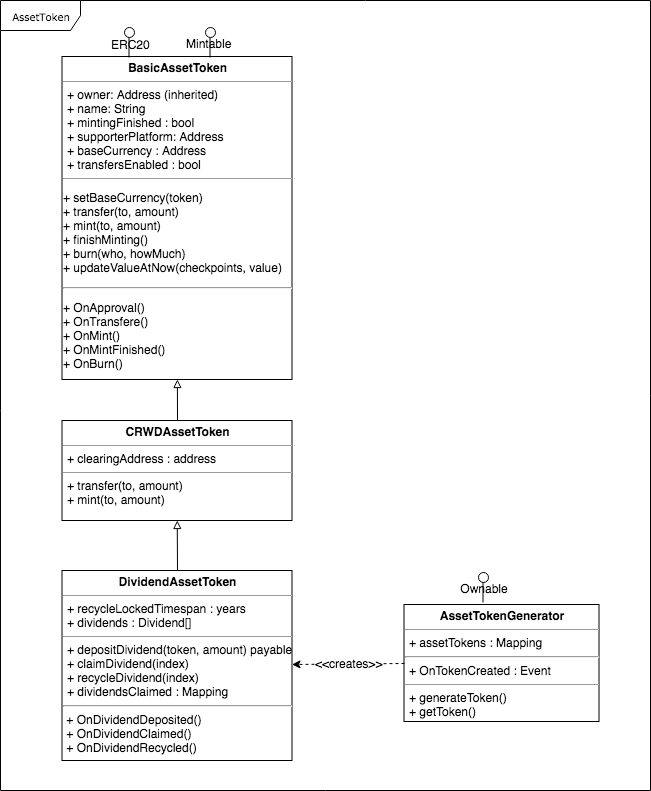
Above: diagrams/AssetToken.png in conda-ag/conda-assettoken (draw.io), before the change. Source tidied: cells renumbered, new cells last; positions are measured from the earlier drawing's top-left corner, leaving out a move shared by most shapes.
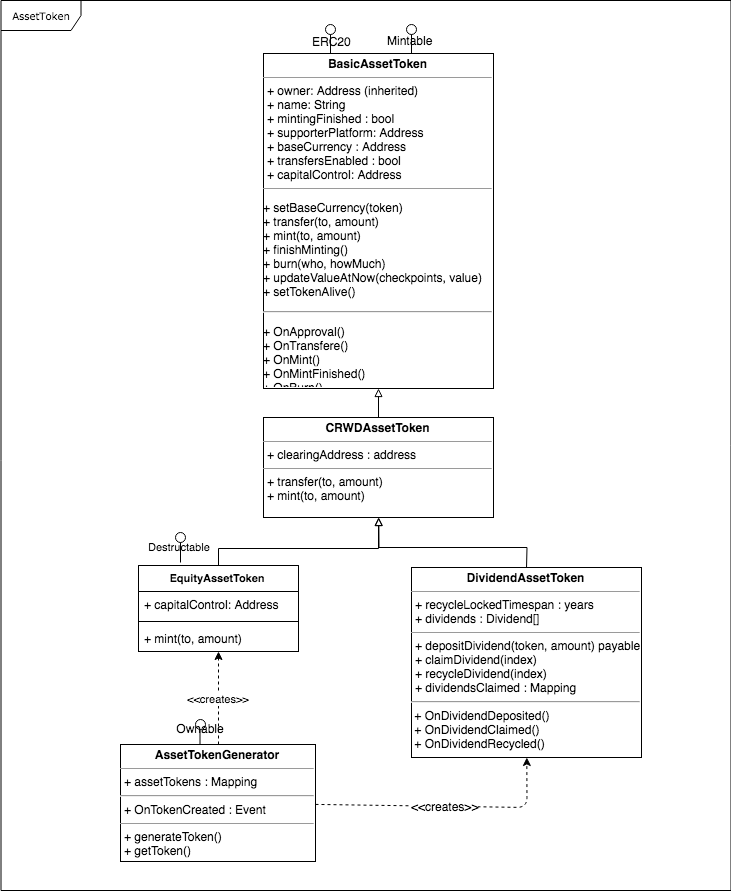
The same diagram one commit later.

Diff of the diagram source:
```diff
@@ -3,40 +3,31 @@
     <mxCell id="0" />
     <mxCell id="1" parent="0" />
     <mxCell id="2" value="AssetToken" style="shape=umlFrame;whiteSpace=wrap;html=1;rounded=0;shadow=0;comic=0;labelBackgroundColor=none;strokeColor=#000000;strokeWidth=1;fillColor=#ffffff;fontFamily=Verdana;fontSize=10;fontColor=#000000;align=center;width=80;height=30;" parent="1" vertex="1">
-      <mxGeometry width="650" height="790" as="geometry" />
+      <mxGeometry x="-201" y="3" width="730" height="890" as="geometry" />
     </mxCell>
-    <mxCell id="3" value="&lt;p style=&quot;margin: 0px ; margin-top: 4px ; text-align: center&quot;&gt;&lt;b&gt;AssetTokenGenerator&lt;/b&gt;&lt;/p&gt;&lt;hr size=&quot;1&quot;&gt;&lt;p style=&quot;margin: 0px ; margin-left: 4px&quot;&gt;+ assetTokens : Mapping&lt;/p&gt;&lt;hr&gt;&lt;p style=&quot;margin: 0px ; margin-left: 4px&quot;&gt;+ OnTokenCreated : Event&lt;/p&gt;&lt;hr size=&quot;1&quot;&gt;&lt;p style=&quot;margin: 0px ; margin-left: 4px&quot;&gt;+&amp;nbsp;&lt;span&gt;generateToken()&lt;/span&gt;&lt;/p&gt;&lt;p style=&quot;margin: 0px ; margin-left: 4px&quot;&gt;&lt;span&gt;+ getToken()&lt;/span&gt;&lt;/p&gt;" style="verticalAlign=top;align=left;overflow=fill;fontSize=12;fontFamily=Helvetica;html=1;rounded=0;shadow=0;comic=0;labelBackgroundColor=none;strokeColor=#000000;strokeWidth=1;fillColor=#ffffff;" parent="1" vertex="1">
-      <mxGeometry x="403.5" y="604" width="195" height="117" as="geometry" />
-    </mxCell>
-    <mxCell id="4" value="&lt;p style=&quot;margin: 0px ; margin-top: 4px ; text-align: center&quot;&gt;&lt;b&gt;BasicAssetToken&lt;/b&gt;&lt;/p&gt;&lt;hr size=&quot;1&quot;&gt;&lt;p style=&quot;margin: 0px ; margin-left: 4px&quot;&gt;+ owner: Address (inherited)&lt;br&gt;&lt;/p&gt;&lt;p style=&quot;margin: 0px ; margin-left: 4px&quot;&gt;+&amp;nbsp;&lt;span&gt;name: String&lt;/span&gt;&lt;/p&gt;&lt;p style=&quot;margin: 0px ; margin-left: 4px&quot;&gt;&lt;span&gt;+&amp;nbsp;&lt;/span&gt;&lt;span&gt;mintingFinished : bool&lt;/span&gt;&lt;/p&gt;&lt;p style=&quot;margin: 0px ; margin-left: 4px&quot;&gt;&lt;span&gt;+&amp;nbsp;&lt;/span&gt;&lt;span&gt;supporterPlatform: Address&lt;/span&gt;&lt;/p&gt;&lt;p style=&quot;margin: 0px ; margin-left: 4px&quot;&gt;&lt;span&gt;+&amp;nbsp;&lt;/span&gt;&lt;span&gt;baseCurrency : Address&lt;/span&gt;&lt;/p&gt;&lt;p style=&quot;margin: 0px ; margin-left: 4px&quot;&gt;&lt;span&gt;+&amp;nbsp;&lt;/span&gt;&lt;span&gt;transfersEnabled : bool&lt;/span&gt;&lt;/p&gt;&lt;hr size=&quot;1&quot;&gt;&lt;p&gt;+&amp;nbsp;&lt;span&gt;setBaseCurrency(token)&lt;br&gt;+ transfer(to, amount)&lt;br&gt;+ mint(to, amount)&lt;br&gt;+&amp;nbsp;&lt;/span&gt;&lt;span&gt;finishMinting()&lt;br&gt;+ burn(who, howMuch)&lt;br&gt;+&amp;nbsp;&lt;/span&gt;&lt;span&gt;updateValueAtNow&lt;/span&gt;&lt;span&gt;(&lt;/span&gt;&lt;span&gt;checkpoints, v&lt;/span&gt;&lt;span&gt;alue)&lt;/span&gt;&lt;/p&gt;&lt;hr&gt;&lt;p&gt;&lt;span&gt;+ On&lt;/span&gt;&lt;span&gt;Approval&lt;/span&gt;&lt;span&gt;()&lt;br&gt;&lt;/span&gt;&lt;span&gt;+ OnTransfere&lt;/span&gt;&lt;span&gt;()&lt;br&gt;&lt;/span&gt;&lt;span&gt;+ OnMint()&lt;br&gt;&lt;/span&gt;&lt;span&gt;+ OnMintFinished()&lt;br&gt;&lt;/span&gt;&lt;span&gt;+ OnBurn()&lt;/span&gt;&lt;/p&gt;" style="verticalAlign=top;align=left;overflow=fill;fontSize=12;fontFamily=Helvetica;html=1;rounded=0;shadow=0;comic=0;labelBackgroundColor=none;strokeColor=#000000;strokeWidth=1;fillColor=#ffffff;" parent="1" vertex="1">
-      <mxGeometry x="61.5" y="56" width="230" height="323" as="geometry" />
-    </mxCell>
-    <mxCell id="5" value="&amp;lt;&amp;lt;creates&amp;gt;&amp;gt;" style="endArrow=classic;html=1;fontSize=12;dashed=1;exitX=0;exitY=0.5;" parent="1" edge="1" source="3" target="13">
-      <mxGeometry relative="1" as="geometry" />
+    <mxCell id="5" value="&amp;lt;&amp;lt;creates&amp;gt;&amp;gt;" style="endArrow=classic;html=1;fontSize=12;dashed=1;" parent="1" edge="1" source="3" target="13">
+      <mxGeometry relative="1" as="geometry">
+        <Array as="points">
+          <mxPoint x="325" y="810" />
+        </Array>
+      </mxGeometry>
     </mxCell>
     <mxCell id="6" style="shape=lollipop;direction=south;html=1;fontSize=12;rotation=-90;" parent="1" vertex="1">
       <mxGeometry x="113.5" y="37" width="30" height="10" as="geometry" />
     </mxCell>
-    <mxCell id="7" value="ERC20" style="text;html=1;fontSize=12;" parent="1" vertex="1">
-      <mxGeometry x="108.5" y="31" width="65" height="30" as="geometry" />
-    </mxCell>
     <mxCell id="8" style="shape=lollipop;direction=south;html=1;fontSize=12;rotation=-90;" parent="1" vertex="1">
       <mxGeometry x="194.5" y="37" width="30" height="10" as="geometry" />
     </mxCell>
-    <mxCell id="9" value="Mintable" style="text;html=1;fontSize=12;" parent="1" vertex="1">
-      <mxGeometry x="183.5" y="30" width="65" height="30" as="geometry" />
-    </mxCell>
-    <mxCell id="10" style="shape=lollipop;direction=south;html=1;fontSize=12;rotation=-90;" parent="1" vertex="1">
-      <mxGeometry x="467.5" y="582" width="30" height="10" as="geometry" />
-    </mxCell>
-    <mxCell id="11" value="Ownable" style="text;html=1;strokeColor=none;fillColor=none;align=center;verticalAlign=middle;whiteSpace=wrap;rounded=0;fontSize=12;" parent="1" vertex="1">
-      <mxGeometry x="463.5" y="578" width="40" height="20" as="geometry" />
-    </mxCell>
     <mxCell id="12" style="edgeStyle=none;rounded=0;html=1;exitX=0.5;exitY=0;startArrow=none;startFill=0;endArrow=block;endFill=0;jettySize=auto;strokeColor=#000000;fontSize=11;" parent="1" edge="1" source="13" target="15">
-      <mxGeometry relative="1" as="geometry" />
+      <mxGeometry relative="1" as="geometry">
+        <Array as="points">
+          <mxPoint x="325" y="550" />
+          <mxPoint x="177" y="550" />
+        </Array>
+      </mxGeometry>
     </mxCell>
     <mxCell id="13" value="&lt;p style=&quot;margin: 0px ; margin-top: 4px ; text-align: center&quot;&gt;&lt;b&gt;DividendAssetToken&lt;/b&gt;&lt;/p&gt;&lt;hr size=&quot;1&quot;&gt;&lt;p style=&quot;margin: 0px ; margin-left: 4px&quot;&gt;+ recycleLockedTimespan : years&lt;br&gt;+&amp;nbsp;&lt;span&gt;dividends : Dividend[]&lt;/span&gt;&lt;/p&gt;&lt;hr size=&quot;1&quot;&gt;&lt;p style=&quot;margin: 0px ; margin-left: 4px&quot;&gt;+&amp;nbsp;&lt;span&gt;depositDividend&lt;/span&gt;&lt;span&gt;(token, amount)&amp;nbsp;&lt;/span&gt;&lt;span&gt;payable&lt;/span&gt;&lt;/p&gt;&lt;p style=&quot;margin: 0px ; margin-left: 4px&quot;&gt;&lt;span&gt;+&amp;nbsp;&lt;/span&gt;&lt;span&gt;claimDividend(index)&lt;/span&gt;&lt;/p&gt;&lt;p style=&quot;margin: 0px ; margin-left: 4px&quot;&gt;&lt;span&gt;+ recycleDividend(index)&lt;/span&gt;&lt;/p&gt;&lt;p style=&quot;margin: 0px ; margin-left: 4px&quot;&gt;&lt;span&gt;+&amp;nbsp;&lt;/span&gt;&lt;span&gt;dividendsClaimed : Mapping&lt;/span&gt;&lt;/p&gt;&lt;hr&gt;&amp;nbsp;+ On&lt;span&gt;DividendDeposited()&lt;br&gt;&amp;nbsp;+ On&lt;/span&gt;&lt;span&gt;DividendClaimed()&lt;br&gt;&amp;nbsp;+ On&lt;/span&gt;&lt;span&gt;DividendRecycled()&lt;/span&gt;" style="verticalAlign=top;align=left;overflow=fill;fontSize=12;fontFamily=Helvetica;html=1;rounded=0;shadow=0;comic=0;labelBackgroundColor=none;strokeColor=#000000;strokeWidth=1;fillColor=#ffffff;" parent="1" vertex="1">
-      <mxGeometry x="61.5" y="570" width="230" height="190" as="geometry" />
+      <mxGeometry x="209.5" y="570" width="230" height="190" as="geometry" />
     </mxCell>
     <mxCell id="14" style="edgeStyle=none;rounded=0;html=1;exitX=0.5;exitY=0;startArrow=none;startFill=0;endArrow=block;endFill=0;jettySize=auto;strokeColor=#000000;fontSize=11;" parent="1" edge="1" source="15" target="4">
       <mxGeometry relative="1" as="geometry" />
@@ -44,5 +35,61 @@
     <mxCell id="15" value="&lt;p style=&quot;margin: 0px ; margin-top: 4px ; text-align: center&quot;&gt;&lt;b&gt;CRWDAssetToken&lt;/b&gt;&lt;/p&gt;&lt;hr size=&quot;1&quot;&gt;&lt;p style=&quot;margin: 0px ; margin-left: 4px&quot;&gt;+ clearingAddress : address&lt;br&gt;&lt;/p&gt;&lt;hr size=&quot;1&quot;&gt;&lt;p style=&quot;margin: 0px ; margin-left: 4px&quot;&gt;+&amp;nbsp;&lt;span&gt;transfer(to, amount)&lt;/span&gt;&lt;/p&gt;&lt;p style=&quot;margin: 0px ; margin-left: 4px&quot;&gt;&lt;span&gt;+&amp;nbsp;&lt;/span&gt;&lt;span&gt;mint(to, amount)&lt;/span&gt;&lt;/p&gt;" style="verticalAlign=top;align=left;overflow=fill;fontSize=12;fontFamily=Helvetica;html=1;rounded=0;shadow=0;comic=0;labelBackgroundColor=none;strokeColor=#000000;strokeWidth=1;fillColor=#ffffff;" parent="1" vertex="1">
       <mxGeometry x="61.5" y="420" width="230" height="100" as="geometry" />
     </mxCell>
+    <mxCell id="16" style="group;" parent="1" vertex="1">
+      <mxGeometry x="-81" y="727.5" width="195" height="143" as="geometry" />
+    </mxCell>
+    <mxCell id="10" style="shape=lollipop;direction=south;html=1;fontSize=12;rotation=-90;" parent="16" vertex="1">
+      <mxGeometry x="64" y="4" width="30" height="10" as="geometry" />
+    </mxCell>
+    <mxCell id="17" style="group;" parent="16" vertex="1">
+      <mxGeometry x="-0.5" y="-6.5" width="195" height="143" as="geometry" />
+    </mxCell>
+    <mxCell id="3" value="&lt;p style=&quot;margin: 0px ; margin-top: 4px ; text-align: center&quot;&gt;&lt;b&gt;AssetTokenGenerator&lt;/b&gt;&lt;/p&gt;&lt;hr size=&quot;1&quot;&gt;&lt;p style=&quot;margin: 0px ; margin-left: 4px&quot;&gt;+ assetTokens : Mapping&lt;/p&gt;&lt;hr&gt;&lt;p style=&quot;margin: 0px ; margin-left: 4px&quot;&gt;+ OnTokenCreated : Event&lt;/p&gt;&lt;hr size=&quot;1&quot;&gt;&lt;p style=&quot;margin: 0px ; margin-left: 4px&quot;&gt;+&amp;nbsp;&lt;span&gt;generateToken()&lt;/span&gt;&lt;/p&gt;&lt;p style=&quot;margin: 0px ; margin-left: 4px&quot;&gt;&lt;span&gt;+ getToken()&lt;/span&gt;&lt;/p&gt;" style="verticalAlign=top;align=left;overflow=fill;fontSize=12;fontFamily=Helvetica;html=1;rounded=0;shadow=0;comic=0;labelBackgroundColor=none;strokeColor=#000000;strokeWidth=1;fillColor=#ffffff;" parent="17" vertex="1">
+      <mxGeometry y="26" width="195" height="117" as="geometry" />
+    </mxCell>
+    <mxCell id="11" value="Ownable" style="text;html=1;strokeColor=none;fillColor=none;align=center;verticalAlign=middle;whiteSpace=wrap;rounded=0;fontSize=12;" parent="17" vertex="1">
+      <mxGeometry x="60" width="40" height="20" as="geometry" />
+    </mxCell>
+    <mxCell id="18" style="edgeStyle=none;rounded=0;html=1;exitX=0.5;exitY=0;startArrow=none;startFill=0;endArrow=block;endFill=0;jettySize=auto;strokeColor=#000000;fontSize=11;" parent="1" edge="1" source="22" target="15">
+      <mxGeometry relative="1" as="geometry">
+        <Array as="points">
+          <mxPoint x="16.5" y="551" />
+          <mxPoint x="176.5" y="551" />
+        </Array>
+      </mxGeometry>
+    </mxCell>
+    <mxCell id="19" style="group;" parent="1" vertex="1">
+      <mxGeometry x="61.5" y="30" width="230" height="361" as="geometry" />
+    </mxCell>
+    <mxCell id="4" value="&lt;p style=&quot;margin: 0px ; margin-top: 4px ; text-align: center&quot;&gt;&lt;b&gt;BasicAssetToken&lt;/b&gt;&lt;/p&gt;&lt;hr size=&quot;1&quot;&gt;&lt;p style=&quot;margin: 0px ; margin-left: 4px&quot;&gt;+ owner: Address (inherited)&lt;br&gt;&lt;/p&gt;&lt;p style=&quot;margin: 0px ; margin-left: 4px&quot;&gt;+&amp;nbsp;&lt;span&gt;name: String&lt;/span&gt;&lt;/p&gt;&lt;p style=&quot;margin: 0px ; margin-left: 4px&quot;&gt;&lt;span&gt;+&amp;nbsp;&lt;/span&gt;&lt;span&gt;mintingFinished : bool&lt;/span&gt;&lt;/p&gt;&lt;p style=&quot;margin: 0px ; margin-left: 4px&quot;&gt;&lt;span&gt;+&amp;nbsp;&lt;/span&gt;&lt;span&gt;supporterPlatform: Address&lt;/span&gt;&lt;/p&gt;&lt;p style=&quot;margin: 0px ; margin-left: 4px&quot;&gt;&lt;span&gt;+&amp;nbsp;&lt;/span&gt;&lt;span&gt;baseCurrency : Address&lt;/span&gt;&lt;/p&gt;&lt;p style=&quot;margin: 0px ; margin-left: 4px&quot;&gt;&lt;span&gt;+&amp;nbsp;&lt;/span&gt;&lt;span&gt;transfersEnabled : bool&lt;br&gt;&lt;/span&gt;&lt;/p&gt;&lt;p style=&quot;margin: 0px ; margin-left: 4px&quot;&gt;+&amp;nbsp;capitalControl: Address&lt;span&gt;&lt;br&gt;&lt;/span&gt;&lt;/p&gt;&lt;hr size=&quot;1&quot;&gt;&lt;p&gt;+&amp;nbsp;&lt;span&gt;setBaseCurrency(token)&lt;br&gt;+ transfer(to, amount)&lt;br&gt;+ mint(to, amount)&lt;br&gt;+&amp;nbsp;&lt;/span&gt;&lt;span&gt;finishMinting()&lt;br&gt;+ burn(who, howMuch)&lt;br&gt;+&amp;nbsp;&lt;/span&gt;&lt;span&gt;updateValueAtNow&lt;/span&gt;&lt;span&gt;(&lt;/span&gt;&lt;span&gt;checkpoints, v&lt;/span&gt;&lt;span&gt;alue)&lt;br&gt;+ setTokenAlive()&lt;/span&gt;&lt;/p&gt;&lt;hr&gt;&lt;p&gt;&lt;span&gt;+ On&lt;/span&gt;&lt;span&gt;Approval&lt;/span&gt;&lt;span&gt;()&lt;br&gt;&lt;/span&gt;&lt;span&gt;+ OnTransfere&lt;/span&gt;&lt;span&gt;()&lt;br&gt;&lt;/span&gt;&lt;span&gt;+ OnMint()&lt;br&gt;&lt;/span&gt;&lt;span&gt;+ OnMintFinished()&lt;br&gt;&lt;/span&gt;&lt;span&gt;+ OnBurn()&lt;/span&gt;&lt;/p&gt;" style="verticalAlign=top;align=left;overflow=fill;fontSize=12;fontFamily=Helvetica;html=1;rounded=0;shadow=0;comic=0;labelBackgroundColor=none;strokeColor=#000000;strokeWidth=1;fillColor=#ffffff;" parent="19" vertex="1">
+      <mxGeometry y="26" width="230" height="335" as="geometry" />
+    </mxCell>
+    <mxCell id="7" value="ERC20" style="text;html=1;fontSize=12;" parent="19" vertex="1">
+      <mxGeometry x="47" y="1" width="65" height="30" as="geometry" />
+    </mxCell>
+    <mxCell id="9" value="Mintable" style="text;html=1;fontSize=12;" parent="19" vertex="1">
+      <mxGeometry x="122" width="65" height="30" as="geometry" />
+    </mxCell>
+    <mxCell id="20" value="&amp;lt;&amp;lt;creates&amp;gt;&amp;gt;" style="edgeStyle=none;rounded=0;html=1;exitX=0.5;exitY=0;startArrow=none;startFill=0;endArrow=classic;endFill=1;jettySize=auto;strokeColor=#000000;fontSize=11;dashed=1;" parent="1" edge="1" source="3" target="22">
+      <mxGeometry relative="1" as="geometry" />
+    </mxCell>
+    <mxCell id="21" style="group;" parent="1" vertex="1">
+      <mxGeometry x="-63.5" y="535" width="160" height="119" as="geometry" />
+    </mxCell>
+    <mxCell id="22" value="EquityAssetToken" style="swimlane;fontStyle=1;align=center;verticalAlign=top;horizontal=1;startSize=26;swimlaneFillColor=#ffffff;labelBackgroundColor=none;strokeColor=#000000;fillColor=#FFFFFF;fontSize=11;" parent="21" vertex="1">
+      <mxGeometry y="33" width="160" height="86" as="geometry" />
+    </mxCell>
+    <mxCell id="23" value="+ capitalControl: Address&#10;" style="text;strokeColor=none;fillColor=none;align=left;verticalAlign=top;spacingLeft=4;spacingRight=4;overflow=hidden;" parent="22" vertex="1">
+      <mxGeometry y="26" width="160" height="26" as="geometry" />
+    </mxCell>
+    <mxCell id="24" style="line;strokeWidth=1;fillColor=none;align=left;verticalAlign=middle;spacingTop=-1;spacingLeft=3;spacingRight=3;labelPosition=right;" parent="22" vertex="1">
+      <mxGeometry y="52" width="160" height="8" as="geometry" />
+    </mxCell>
+    <mxCell id="25" value="+ mint(to, amount)" style="text;strokeColor=none;fillColor=none;align=left;verticalAlign=top;spacingLeft=4;spacingRight=4;overflow=hidden;" parent="22" vertex="1">
+      <mxGeometry y="60" width="160" height="26" as="geometry" />
+    </mxCell>
+    <mxCell id="26" value="Destructable" style="shape=lollipop;direction=east;html=1;labelBackgroundColor=none;strokeColor=#000000;fillColor=#FFFFFF;fontSize=11;align=center;" parent="21" vertex="1">
+      <mxGeometry x="37" width="10" height="30" as="geometry" />
+    </mxCell>
   </root>
 </mxGraphModel>
```
